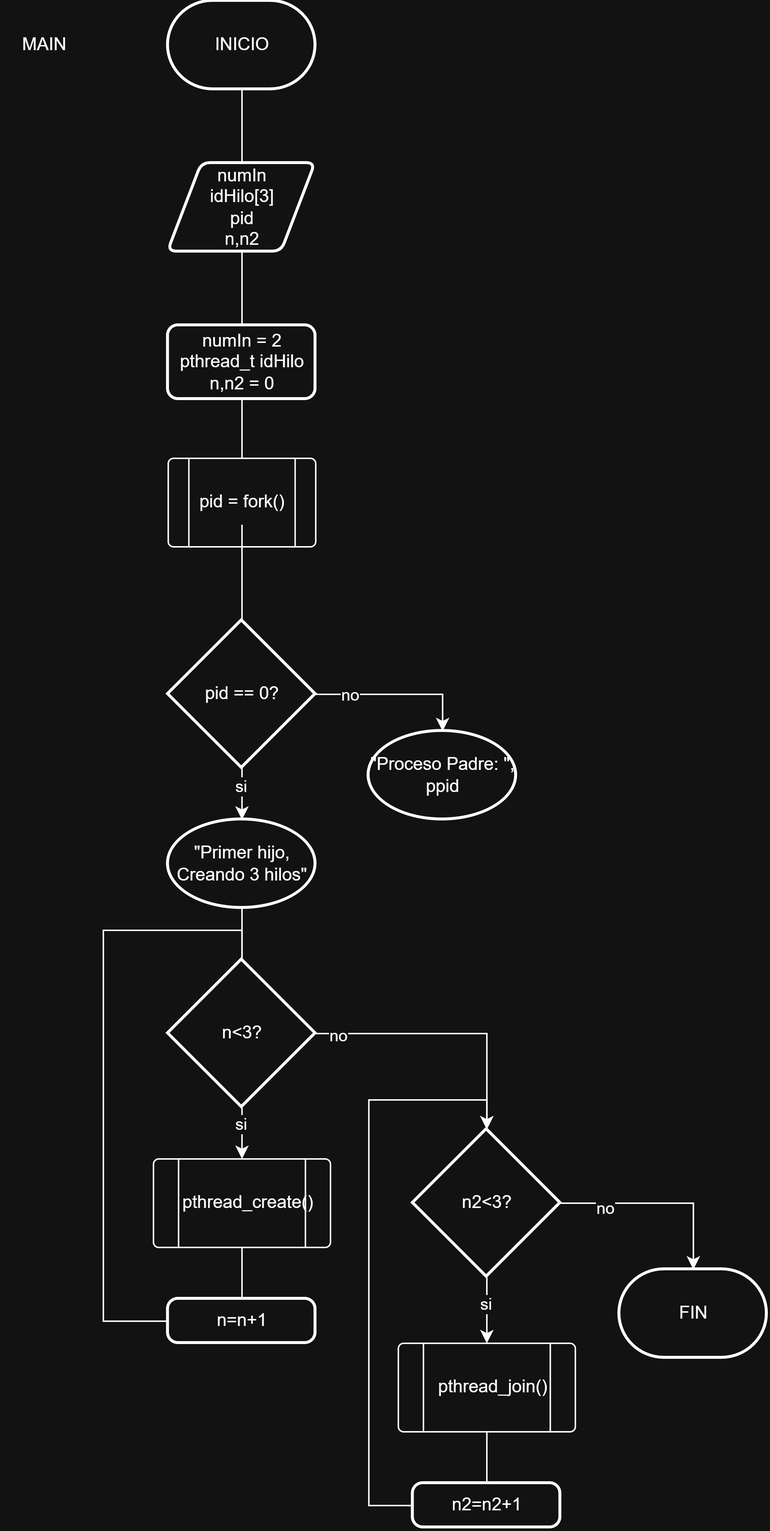
Above: Prac2/ej4P1.png in V1ctorT/Sistemas-Distribuidos (draw.io), before the change. Source tidied: cells renumbered, new cells last; positions are measured from the earlier drawing's top-left corner, leaving out a move shared by most shapes. The source it was exported from:
```xml
<mxGraphModel>
  <root>
    <mxCell id="0" />
    <mxCell id="1" parent="0" />
    <mxCell id="2" style="edgeStyle=orthogonalEdgeStyle;rounded=0;jettySize=auto;html=1;entryX=0.5;entryY=0;entryDx=0;entryDy=0;endArrow=none;endFill=0;" parent="1" edge="1" source="3" target="5">
      <mxGeometry relative="1" as="geometry" />
    </mxCell>
    <mxCell id="3" value="INICIO" style="strokeWidth=2;html=1;shape=mxgraph.flowchart.terminator;whiteSpace=wrap;" parent="1" vertex="1">
      <mxGeometry x="114" width="100" height="60" as="geometry" />
    </mxCell>
    <mxCell id="4" style="edgeStyle=orthogonalEdgeStyle;rounded=0;jettySize=auto;html=1;entryX=0.5;entryY=0;entryDx=0;entryDy=0;endArrow=none;endFill=0;" parent="1" edge="1" source="5" target="7">
      <mxGeometry relative="1" as="geometry" />
    </mxCell>
    <mxCell id="5" value="numIn&lt;div&gt;idHilo[3]&lt;/div&gt;&lt;div&gt;pid&lt;/div&gt;&lt;div&gt;n,n2&lt;/div&gt;" style="shape=parallelogram;html=1;strokeWidth=2;perimeter=parallelogramPerimeter;whiteSpace=wrap;rounded=1;arcSize=12;size=0.23;" parent="1" vertex="1">
      <mxGeometry x="114" y="110" width="100" height="60" as="geometry" />
    </mxCell>
    <mxCell id="6" style="edgeStyle=orthogonalEdgeStyle;rounded=0;jettySize=auto;html=1;entryX=0.5;entryY=0;entryDx=0;entryDy=0;endArrow=none;endFill=0;" parent="1" edge="1" source="7" target="9">
      <mxGeometry relative="1" as="geometry" />
    </mxCell>
    <mxCell id="7" value="numIn = 2&lt;div&gt;pthread_t idHilo&lt;/div&gt;&lt;div&gt;n,n2 = 0&lt;/div&gt;" style="rounded=1;whiteSpace=wrap;html=1;absoluteArcSize=1;arcSize=14;strokeWidth=2;" parent="1" vertex="1">
      <mxGeometry x="114" y="220" width="100" height="50" as="geometry" />
    </mxCell>
    <mxCell id="8" style="group;" parent="1" vertex="1">
      <mxGeometry x="114" y="310" width="100" height="60" as="geometry" />
    </mxCell>
    <mxCell id="9" style="verticalLabelPosition=bottom;verticalAlign=top;html=1;shape=process;whiteSpace=wrap;rounded=1;size=0.14;arcSize=6;" parent="8" vertex="1">
      <mxGeometry width="100" height="60" as="geometry" />
    </mxCell>
    <mxCell id="10" value="pid = fork()" style="text;html=1;whiteSpace=wrap;strokeColor=none;fillColor=none;align=center;verticalAlign=middle;rounded=0;" parent="8" vertex="1">
      <mxGeometry x="20" y="15" width="60" height="30" as="geometry" />
    </mxCell>
    <mxCell id="11" value="pid == 0?" style="strokeWidth=2;html=1;shape=mxgraph.flowchart.decision;whiteSpace=wrap;" parent="1" vertex="1">
      <mxGeometry x="114" y="420" width="100" height="100" as="geometry" />
    </mxCell>
    <mxCell id="12" value="&quot;Primer hijo, Creando 3 hilos&quot;" style="strokeWidth=2;html=1;shape=mxgraph.flowchart.start_1;whiteSpace=wrap;" parent="1" vertex="1">
      <mxGeometry x="114" y="555" width="100" height="60" as="geometry" />
    </mxCell>
    <mxCell id="13" style="edgeStyle=orthogonalEdgeStyle;rounded=0;jettySize=auto;html=1;entryX=0.5;entryY=0;entryDx=0;entryDy=0;entryPerimeter=0;" parent="1" edge="1" source="11" target="12">
      <mxGeometry relative="1" as="geometry" />
    </mxCell>
    <mxCell id="14" value="si" style="edgeLabel;html=1;align=center;verticalAlign=middle;" parent="13" vertex="1">
      <mxGeometry x="-0.44" y="-1" relative="1" as="geometry" />
    </mxCell>
    <mxCell id="15" style="edgeStyle=orthogonalEdgeStyle;rounded=0;jettySize=auto;html=1;entryX=0.5;entryY=0;entryDx=0;entryDy=0;" parent="1" edge="1" source="17" target="22">
      <mxGeometry relative="1" as="geometry" />
    </mxCell>
    <mxCell id="16" value="si" style="edgeLabel;html=1;align=center;verticalAlign=middle;" parent="15" vertex="1">
      <mxGeometry x="-0.51" y="-1" relative="1" as="geometry" />
    </mxCell>
    <mxCell id="17" value="n&amp;lt;3?" style="strokeWidth=2;html=1;shape=mxgraph.flowchart.decision;whiteSpace=wrap;" parent="1" vertex="1">
      <mxGeometry x="114" y="650" width="100" height="100" as="geometry" />
    </mxCell>
    <mxCell id="18" style="edgeStyle=orthogonalEdgeStyle;rounded=0;jettySize=auto;html=1;entryX=0.5;entryY=0;entryDx=0;entryDy=0;" parent="1" edge="1" source="20" target="30">
      <mxGeometry relative="1" as="geometry" />
    </mxCell>
    <mxCell id="19" value="si" style="edgeLabel;html=1;align=center;verticalAlign=middle;" parent="18" vertex="1">
      <mxGeometry x="-0.16" y="-1" relative="1" as="geometry" />
    </mxCell>
    <mxCell id="20" value="n2&amp;lt;3?" style="strokeWidth=2;html=1;shape=mxgraph.flowchart.decision;whiteSpace=wrap;" parent="1" vertex="1">
      <mxGeometry x="280" y="765" width="100" height="100" as="geometry" />
    </mxCell>
    <mxCell id="21" style="group;" parent="1" vertex="1">
      <mxGeometry x="104" y="785" width="120" height="60" as="geometry" />
    </mxCell>
    <mxCell id="22" style="verticalLabelPosition=bottom;verticalAlign=top;html=1;shape=process;whiteSpace=wrap;rounded=1;size=0.14;arcSize=6;" parent="21" vertex="1">
      <mxGeometry width="120" height="60" as="geometry" />
    </mxCell>
    <mxCell id="23" value="pthread_create()" style="text;html=1;whiteSpace=wrap;strokeColor=none;fillColor=none;align=center;verticalAlign=middle;rounded=0;" parent="21" vertex="1">
      <mxGeometry x="34" y="15" width="60" height="30" as="geometry" />
    </mxCell>
    <mxCell id="24" value="n=n+1" style="rounded=1;whiteSpace=wrap;html=1;absoluteArcSize=1;arcSize=14;strokeWidth=2;" parent="1" vertex="1">
      <mxGeometry x="114" y="880" width="100" height="30" as="geometry" />
    </mxCell>
    <mxCell id="25" style="edgeStyle=orthogonalEdgeStyle;rounded=0;jettySize=auto;html=1;entryX=0.5;entryY=0;entryDx=0;entryDy=0;endArrow=none;endFill=0;" parent="1" edge="1" source="22" target="24">
      <mxGeometry relative="1" as="geometry" />
    </mxCell>
    <mxCell id="26" style="edgeStyle=orthogonalEdgeStyle;rounded=0;jettySize=auto;html=1;entryX=0.5;entryY=0;entryDx=0;entryDy=0;entryPerimeter=0;endArrow=none;endFill=0;" parent="1" edge="1" source="24" target="17">
      <mxGeometry relative="1" as="geometry">
        <Array as="points">
          <mxPoint x="70" y="895" />
          <mxPoint x="70" y="630" />
          <mxPoint x="164" y="630" />
        </Array>
      </mxGeometry>
    </mxCell>
    <mxCell id="27" style="edgeStyle=orthogonalEdgeStyle;rounded=0;jettySize=auto;html=1;entryX=0.5;entryY=0;entryDx=0;entryDy=0;entryPerimeter=0;" parent="1" edge="1" source="17" target="20">
      <mxGeometry relative="1" as="geometry" />
    </mxCell>
    <mxCell id="28" value="no" style="edgeLabel;html=1;align=center;verticalAlign=middle;" parent="27" vertex="1">
      <mxGeometry x="-0.83" y="-1" relative="1" as="geometry" />
    </mxCell>
    <mxCell id="29" style="group;" parent="1" vertex="1">
      <mxGeometry x="270" y="910" width="120" height="60" as="geometry" />
    </mxCell>
    <mxCell id="30" style="verticalLabelPosition=bottom;verticalAlign=top;html=1;shape=process;whiteSpace=wrap;rounded=1;size=0.14;arcSize=6;" parent="29" vertex="1">
      <mxGeometry width="120" height="60" as="geometry" />
    </mxCell>
    <mxCell id="31" value="pthread_join()" style="text;html=1;whiteSpace=wrap;strokeColor=none;fillColor=none;align=center;verticalAlign=middle;rounded=0;" parent="29" vertex="1">
      <mxGeometry x="34" y="15" width="60" height="30" as="geometry" />
    </mxCell>
    <mxCell id="32" value="n2=n2+1" style="rounded=1;whiteSpace=wrap;html=1;absoluteArcSize=1;arcSize=14;strokeWidth=2;" parent="1" vertex="1">
      <mxGeometry x="280" y="1005" width="100" height="30" as="geometry" />
    </mxCell>
    <mxCell id="33" style="edgeStyle=orthogonalEdgeStyle;rounded=0;jettySize=auto;html=1;entryX=0.5;entryY=0;entryDx=0;entryDy=0;endArrow=none;endFill=0;" parent="1" edge="1" source="30" target="32">
      <mxGeometry relative="1" as="geometry" />
    </mxCell>
    <mxCell id="34" style="edgeStyle=orthogonalEdgeStyle;rounded=0;jettySize=auto;html=1;entryX=0.5;entryY=0;entryDx=0;entryDy=0;entryPerimeter=0;" parent="1" edge="1" source="32" target="20">
      <mxGeometry relative="1" as="geometry">
        <Array as="points">
          <mxPoint x="250" y="1020" />
          <mxPoint x="250.1" y="745" />
          <mxPoint x="330" y="745" />
        </Array>
      </mxGeometry>
    </mxCell>
    <mxCell id="35" style="edgeStyle=orthogonalEdgeStyle;rounded=0;jettySize=auto;html=1;entryX=0.5;entryY=0;entryDx=0;entryDy=0;entryPerimeter=0;endArrow=none;endFill=0;" parent="1" edge="1" source="12" target="17">
      <mxGeometry relative="1" as="geometry" />
    </mxCell>
    <mxCell id="36" value="FIN" style="strokeWidth=2;html=1;shape=mxgraph.flowchart.terminator;whiteSpace=wrap;" parent="1" vertex="1">
      <mxGeometry x="420" y="860" width="100" height="60" as="geometry" />
    </mxCell>
    <mxCell id="37" style="edgeStyle=orthogonalEdgeStyle;rounded=0;jettySize=auto;html=1;entryX=0.5;entryY=0;entryDx=0;entryDy=0;entryPerimeter=0;" parent="1" edge="1" source="20" target="36">
      <mxGeometry relative="1" as="geometry" />
    </mxCell>
    <mxCell id="38" value="no" style="edgeLabel;html=1;align=center;verticalAlign=middle;" parent="37" vertex="1">
      <mxGeometry x="-0.56" y="-3" relative="1" as="geometry" />
    </mxCell>
    <mxCell id="39" style="edgeStyle=orthogonalEdgeStyle;rounded=0;jettySize=auto;html=1;entryX=0.5;entryY=0;entryDx=0;entryDy=0;entryPerimeter=0;endArrow=none;endFill=0;" parent="1" edge="1" source="10" target="11">
      <mxGeometry relative="1" as="geometry" />
    </mxCell>
    <mxCell id="40" value="&quot;Proceso Padre: &quot;, ppid" style="strokeWidth=2;html=1;shape=mxgraph.flowchart.start_1;whiteSpace=wrap;" parent="1" vertex="1">
      <mxGeometry x="250" y="495" width="100" height="60" as="geometry" />
    </mxCell>
    <mxCell id="41" style="edgeStyle=orthogonalEdgeStyle;rounded=0;jettySize=auto;html=1;entryX=0.5;entryY=0;entryDx=0;entryDy=0;entryPerimeter=0;" parent="1" edge="1" source="11" target="40">
      <mxGeometry relative="1" as="geometry" />
    </mxCell>
    <mxCell id="42" value="no" style="edgeLabel;html=1;align=center;verticalAlign=middle;" parent="41" vertex="1">
      <mxGeometry x="-0.57" relative="1" as="geometry" />
    </mxCell>
    <mxCell id="43" value="MAIN" style="text;html=1;whiteSpace=wrap;strokeColor=none;fillColor=none;align=center;verticalAlign=middle;rounded=0;" parent="1" vertex="1">
      <mxGeometry y="15" width="60" height="30" as="geometry" />
    </mxCell>
  </root>
</mxGraphModel>
```
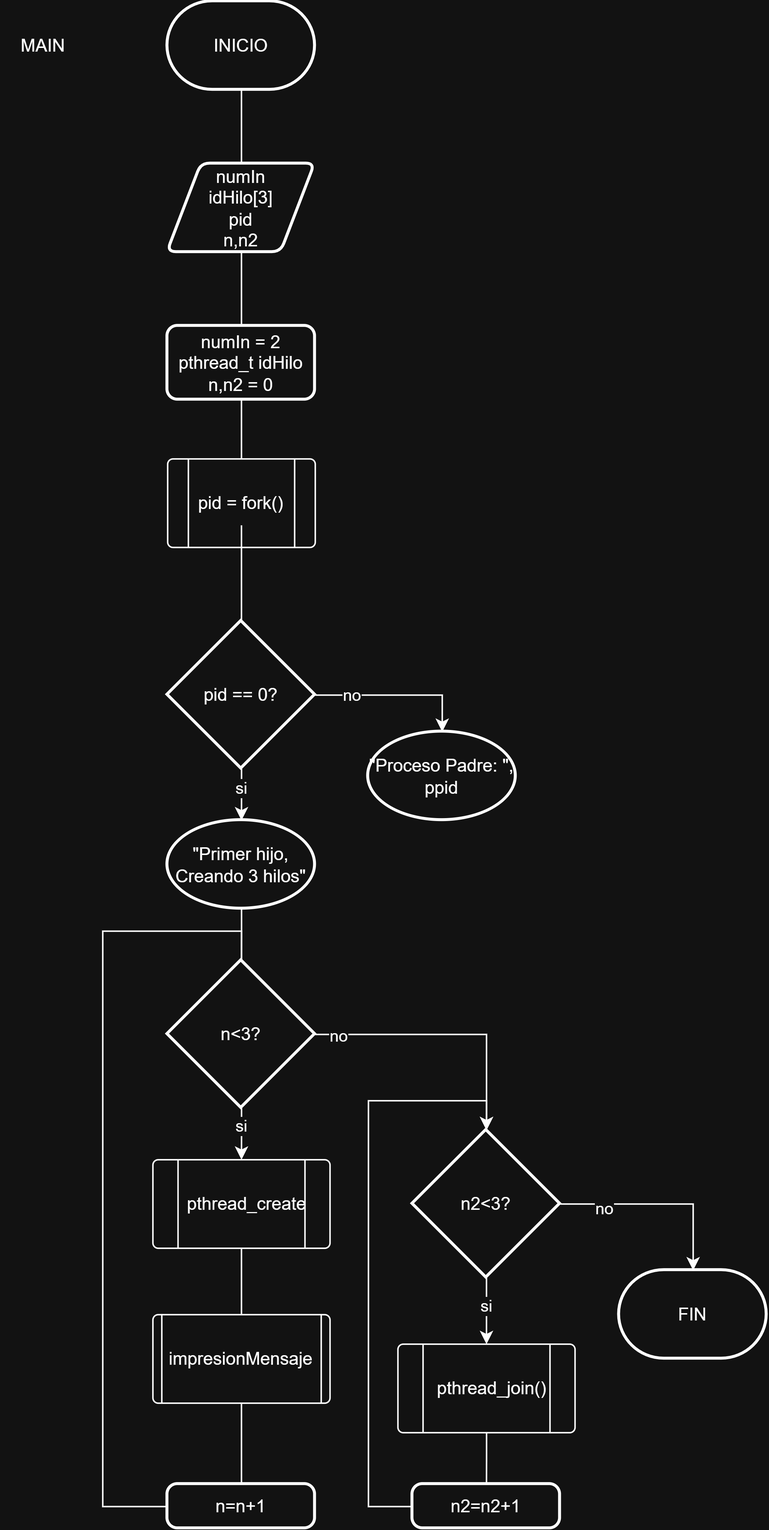
After the commit.

What changed in the source:
```diff
@@ -65,19 +65,16 @@
     <mxCell id="22" style="verticalLabelPosition=bottom;verticalAlign=top;html=1;shape=process;whiteSpace=wrap;rounded=1;size=0.14;arcSize=6;" parent="21" vertex="1">
       <mxGeometry width="120" height="60" as="geometry" />
     </mxCell>
-    <mxCell id="23" value="pthread_create()" style="text;html=1;whiteSpace=wrap;strokeColor=none;fillColor=none;align=center;verticalAlign=middle;rounded=0;" parent="21" vertex="1">
+    <mxCell id="23" value="pthread_create" style="text;html=1;whiteSpace=wrap;strokeColor=none;fillColor=none;align=center;verticalAlign=middle;rounded=0;" parent="21" vertex="1">
       <mxGeometry x="34" y="15" width="60" height="30" as="geometry" />
     </mxCell>
     <mxCell id="24" value="n=n+1" style="rounded=1;whiteSpace=wrap;html=1;absoluteArcSize=1;arcSize=14;strokeWidth=2;" parent="1" vertex="1">
-      <mxGeometry x="114" y="880" width="100" height="30" as="geometry" />
+      <mxGeometry x="114" y="1005" width="100" height="30" as="geometry" />
     </mxCell>
-    <mxCell id="25" style="edgeStyle=orthogonalEdgeStyle;rounded=0;jettySize=auto;html=1;entryX=0.5;entryY=0;entryDx=0;entryDy=0;endArrow=none;endFill=0;" parent="1" edge="1" source="22" target="24">
-      <mxGeometry relative="1" as="geometry" />
-    </mxCell>
     <mxCell id="26" style="edgeStyle=orthogonalEdgeStyle;rounded=0;jettySize=auto;html=1;entryX=0.5;entryY=0;entryDx=0;entryDy=0;entryPerimeter=0;endArrow=none;endFill=0;" parent="1" edge="1" source="24" target="17">
       <mxGeometry relative="1" as="geometry">
         <Array as="points">
-          <mxPoint x="70" y="895" />
+          <mxPoint x="70" y="1020" />
           <mxPoint x="70" y="630" />
           <mxPoint x="164" y="630" />
         </Array>
@@ -140,5 +137,17 @@
     <mxCell id="43" value="MAIN" style="text;html=1;whiteSpace=wrap;strokeColor=none;fillColor=none;align=center;verticalAlign=middle;rounded=0;" parent="1" vertex="1">
       <mxGeometry y="15" width="60" height="30" as="geometry" />
     </mxCell>
+    <mxCell id="44" style="edgeStyle=orthogonalEdgeStyle;rounded=0;jettySize=auto;html=1;entryX=0.5;entryY=0;entryDx=0;entryDy=0;endArrow=none;endFill=0;" parent="1" edge="1" source="45" target="24">
+      <mxGeometry relative="1" as="geometry" />
+    </mxCell>
+    <mxCell id="45" style="verticalLabelPosition=bottom;verticalAlign=top;html=1;shape=process;whiteSpace=wrap;rounded=1;size=0.05;arcSize=6;" parent="1" vertex="1">
+      <mxGeometry x="104" y="890" width="120" height="60" as="geometry" />
+    </mxCell>
+    <mxCell id="46" value="impresionMensaje" style="text;html=1;whiteSpace=wrap;strokeColor=none;fillColor=none;align=center;verticalAlign=middle;rounded=0;" parent="1" vertex="1">
+      <mxGeometry x="134" y="905" width="60" height="30" as="geometry" />
+    </mxCell>
+    <mxCell id="47" style="edgeStyle=orthogonalEdgeStyle;rounded=0;jettySize=auto;html=1;entryX=0.5;entryY=0;entryDx=0;entryDy=0;endArrow=none;endFill=0;" parent="1" edge="1" source="22" target="45">
+      <mxGeometry relative="1" as="geometry" />
+    </mxCell>
   </root>
 </mxGraphModel>
```
